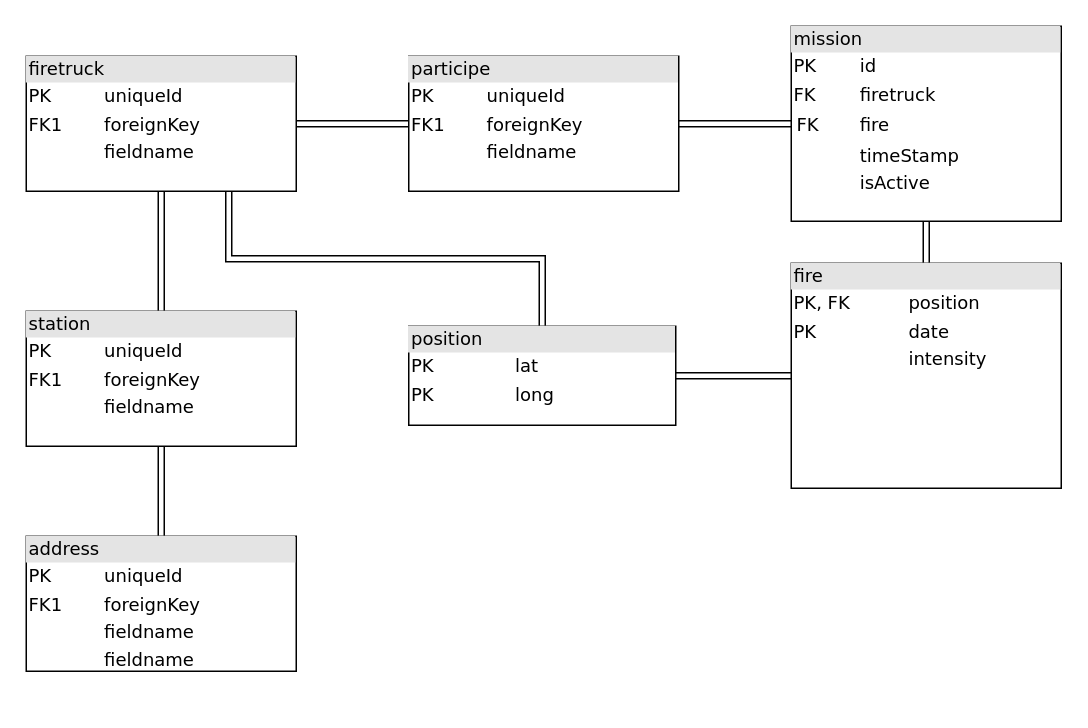
Earlier version of the draw.io diagram docs/diagrams/diagramme_merise.drawio (saya-rbt/firecloud-monitor). Source tidied: cells renumbered, new cells numbered last; positions are measured from the earlier drawing's top-left corner, leaving out a move shared by most shapes. Both pictures are drawn from the tidied source at 150%, with x=0, y=0 at pixel (26, 26).
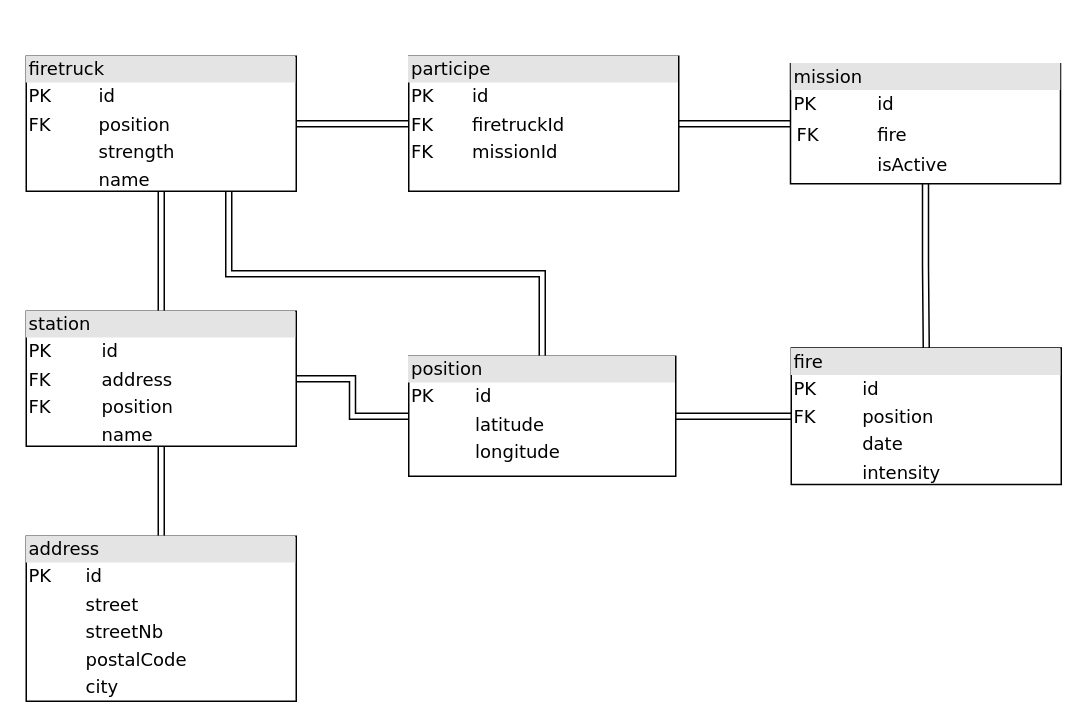
The same page after the edit.

Commit message (it also covers changes not shown here):
Add new document for Database and sequence diagram (createNewFire)

What changed in the source:
```diff
@@
 <mxGraphModel background="#ffffff">
   <root>
     <mxCell id="0" />
     <mxCell id="1" parent="0" />
     <mxCell id="2" style="edgeStyle=orthogonalEdgeStyle;shape=link;rounded=0;jettySize=auto;html=1;exitX=0.5;exitY=1;exitDx=0;exitDy=0;entryX=0.5;entryY=0;entryDx=0;entryDy=0;endArrow=none;endFill=0;" parent="1" edge="1" source="4" target="9">
       <mxGeometry relative="1" as="geometry" />
     </mxCell>
     <mxCell id="3" style="edgeStyle=orthogonalEdgeStyle;shape=link;rounded=0;jettySize=auto;html=1;exitX=1;exitY=0.5;exitDx=0;exitDy=0;entryX=0;entryY=0.5;entryDx=0;entryDy=0;endArrow=none;endFill=0;" parent="1" edge="1" source="4" target="15">
       <mxGeometry relative="1" as="geometry" />
     </mxCell>
-    <mxCell id="4" value="&lt;div style=&quot;box-sizing: border-box ; width: 100% ; background: #e4e4e4 ; padding: 2px&quot;&gt;firetruck&lt;br&gt;&lt;/div&gt;&lt;table style=&quot;width: 100% ; font-size: 1em&quot; cellspacing=&quot;0&quot; cellpadding=&quot;2&quot;&gt;&lt;tbody&gt;&lt;tr&gt;&lt;td&gt;PK&lt;/td&gt;&lt;td&gt;uniqueId&lt;/td&gt;&lt;/tr&gt;&lt;tr&gt;&lt;td&gt;FK1&lt;/td&gt;&lt;td&gt;foreignKey&lt;/td&gt;&lt;/tr&gt;&lt;tr&gt;&lt;td&gt;&lt;br&gt;&lt;/td&gt;&lt;td&gt;fieldname&lt;/td&gt;&lt;/tr&gt;&lt;/tbody&gt;&lt;/table&gt;" style="verticalAlign=top;align=left;overflow=fill;html=1;rounded=0;shadow=0;comic=0;labelBackgroundColor=none;strokeWidth=1;fontFamily=Verdana;fontSize=12;" parent="1" vertex="1">
+    <mxCell id="4" value="&lt;div style=&quot;box-sizing: border-box ; width: 100% ; background: #e4e4e4 ; padding: 2px&quot;&gt;firetruck&lt;br&gt;&lt;/div&gt;&lt;table style=&quot;width: 100% ; font-size: 1em&quot; cellspacing=&quot;0&quot; cellpadding=&quot;2&quot;&gt;&lt;tbody&gt;&lt;tr&gt;&lt;td&gt;PK&lt;/td&gt;&lt;td&gt;id&lt;/td&gt;&lt;/tr&gt;&lt;tr&gt;&lt;td&gt;FK&lt;/td&gt;&lt;td&gt;position&lt;/td&gt;&lt;/tr&gt;&lt;tr&gt;&lt;td&gt;&lt;br&gt;&lt;/td&gt;&lt;td&gt;strength&lt;/td&gt;&lt;/tr&gt;&lt;tr&gt;&lt;td&gt;&lt;br&gt;&lt;/td&gt;&lt;td&gt;name&lt;/td&gt;&lt;/tr&gt;&lt;/tbody&gt;&lt;/table&gt;" style="verticalAlign=top;align=left;overflow=fill;html=1;rounded=0;shadow=0;comic=0;labelBackgroundColor=none;strokeWidth=1;fontFamily=Verdana;fontSize=12;" parent="1" vertex="1">
       <mxGeometry y="20" width="180" height="90" as="geometry" />
     </mxCell>
     <mxCell id="5" style="edgeStyle=orthogonalEdgeStyle;shape=link;rounded=0;jettySize=auto;html=1;exitX=0.5;exitY=1;exitDx=0;exitDy=0;entryX=0.5;entryY=0;entryDx=0;entryDy=0;endArrow=none;endFill=0;" parent="1" edge="1" source="6" target="10">
       <mxGeometry relative="1" as="geometry" />
     </mxCell>
-    <mxCell id="6" value="&lt;div style=&quot;box-sizing: border-box ; width: 100% ; background: #e4e4e4 ; padding: 2px&quot;&gt;mission&lt;br&gt;&lt;/div&gt;&lt;table style=&quot;width: 100% ; font-size: 1em&quot; cellspacing=&quot;0&quot; cellpadding=&quot;2&quot;&gt;&lt;tbody&gt;&lt;tr&gt;&lt;td&gt;PK&lt;/td&gt;&lt;td&gt;id&lt;/td&gt;&lt;/tr&gt;&lt;tr&gt;&lt;td&gt;FK&lt;/td&gt;&lt;td&gt;firetruck&amp;nbsp;&amp;nbsp; &lt;br&gt;&lt;/td&gt;&lt;/tr&gt;&lt;tr&gt;&lt;td&gt;&lt;table cellspacing=&quot;0&quot; cellpadding=&quot;2&quot;&gt;&lt;tbody&gt;&lt;tr&gt;&lt;td&gt;FK&lt;/td&gt;&lt;/tr&gt;&lt;/tbody&gt;&lt;/table&gt;&lt;/td&gt;&lt;td&gt;fire&lt;/td&gt;&lt;/tr&gt;&lt;tr&gt;&lt;td&gt;&lt;br&gt;&lt;/td&gt;&lt;td&gt;timeStamp&lt;br&gt;&lt;/td&gt;&lt;/tr&gt;&lt;tr&gt;&lt;td&gt;&lt;br&gt;&lt;/td&gt;&lt;td&gt;isActive&lt;br&gt;&lt;/td&gt;&lt;/tr&gt;&lt;/tbody&gt;&lt;/table&gt;" style="verticalAlign=top;align=left;overflow=fill;html=1;rounded=0;shadow=0;comic=0;labelBackgroundColor=none;strokeWidth=1;fontFamily=Verdana;fontSize=12;" parent="1" vertex="1">
-      <mxGeometry x="510" width="180" height="130" as="geometry" />
+    <mxCell id="6" value="&lt;div style=&quot;box-sizing: border-box ; width: 100% ; background: #e4e4e4 ; padding: 2px&quot;&gt;mission&lt;br&gt;&lt;/div&gt;&lt;table style=&quot;width: 100% ; font-size: 1em&quot; cellspacing=&quot;0&quot; cellpadding=&quot;2&quot;&gt;&lt;tbody&gt;&lt;tr&gt;&lt;td&gt;PK&lt;/td&gt;&lt;td&gt;id&lt;/td&gt;&lt;/tr&gt;&lt;tr&gt;&lt;td&gt;&lt;table cellspacing=&quot;0&quot; cellpadding=&quot;2&quot;&gt;&lt;tbody&gt;&lt;tr&gt;&lt;td&gt;FK&lt;/td&gt;&lt;/tr&gt;&lt;/tbody&gt;&lt;/table&gt;&lt;/td&gt;&lt;td&gt;fire&lt;/td&gt;&lt;/tr&gt;&lt;tr&gt;&lt;td&gt;&lt;br&gt;&lt;/td&gt;&lt;td&gt;isActive&lt;br&gt;&lt;/td&gt;&lt;/tr&gt;&lt;/tbody&gt;&lt;/table&gt;" style="verticalAlign=top;align=left;overflow=fill;html=1;rounded=0;shadow=0;comic=0;labelBackgroundColor=none;strokeWidth=1;fontFamily=Verdana;fontSize=12;" parent="1" vertex="1">
+      <mxGeometry x="509.5" y="25" width="180" height="80" as="geometry" />
     </mxCell>
     <mxCell id="7" style="edgeStyle=orthogonalEdgeStyle;shape=link;rounded=0;jettySize=auto;html=1;exitX=0.5;exitY=0;exitDx=0;exitDy=0;entryX=0.5;entryY=1;entryDx=0;entryDy=0;endArrow=none;endFill=0;" parent="1" edge="1" source="8" target="9">
       <mxGeometry relative="1" as="geometry" />
     </mxCell>
-    <mxCell id="8" value="&lt;div style=&quot;box-sizing: border-box ; width: 100% ; background: #e4e4e4 ; padding: 2px&quot;&gt;address&lt;br&gt;&lt;/div&gt;&lt;table style=&quot;width: 100% ; font-size: 1em&quot; cellspacing=&quot;0&quot; cellpadding=&quot;2&quot;&gt;&lt;tbody&gt;&lt;tr&gt;&lt;td&gt;PK&lt;/td&gt;&lt;td&gt;uniqueId&lt;/td&gt;&lt;/tr&gt;&lt;tr&gt;&lt;td&gt;FK1&lt;/td&gt;&lt;td&gt;foreignKey&lt;/td&gt;&lt;/tr&gt;&lt;tr&gt;&lt;td&gt;&lt;br&gt;&lt;/td&gt;&lt;td&gt;fieldname&lt;/td&gt;&lt;/tr&gt;&lt;tr&gt;&lt;td&gt;&lt;br&gt;&lt;/td&gt;&lt;td&gt;fieldname&lt;br&gt;&lt;/td&gt;&lt;/tr&gt;&lt;/tbody&gt;&lt;/table&gt;" style="verticalAlign=top;align=left;overflow=fill;html=1;rounded=0;shadow=0;comic=0;labelBackgroundColor=none;strokeWidth=1;fontFamily=Verdana;fontSize=12;" parent="1" vertex="1">
-      <mxGeometry y="340" width="180" height="90" as="geometry" />
+    <mxCell id="8" value="&lt;div style=&quot;box-sizing: border-box ; width: 100% ; background: #e4e4e4 ; padding: 2px&quot;&gt;address&lt;br&gt;&lt;/div&gt;&lt;table style=&quot;width: 100% ; font-size: 1em&quot; cellspacing=&quot;0&quot; cellpadding=&quot;2&quot;&gt;&lt;tbody&gt;&lt;tr&gt;&lt;td&gt;PK&lt;/td&gt;&lt;td&gt;id&lt;/td&gt;&lt;/tr&gt;&lt;tr&gt;&lt;td&gt;&lt;br&gt;&lt;/td&gt;&lt;td&gt;street&lt;/td&gt;&lt;/tr&gt;&lt;tr&gt;&lt;td&gt;&lt;br&gt;&lt;/td&gt;&lt;td&gt;streetNb&lt;/td&gt;&lt;/tr&gt;&lt;tr&gt;&lt;td&gt;&lt;br&gt;&lt;/td&gt;&lt;td&gt;postalCode&lt;br&gt;&lt;/td&gt;&lt;/tr&gt;&lt;tr&gt;&lt;td&gt;&lt;br&gt;&lt;/td&gt;&lt;td&gt;city&lt;/td&gt;&lt;/tr&gt;&lt;/tbody&gt;&lt;/table&gt;" style="verticalAlign=top;align=left;overflow=fill;html=1;rounded=0;shadow=0;comic=0;labelBackgroundColor=none;strokeWidth=1;fontFamily=Verdana;fontSize=12;" parent="1" vertex="1">
+      <mxGeometry y="340" width="180" height="110" as="geometry" />
     </mxCell>
+    <mxCell id="16" style="edgeStyle=orthogonalEdgeStyle;rounded=0;jettySize=auto;html=1;exitX=1;exitY=0.5;exitDx=0;exitDy=0;entryX=0;entryY=0.5;entryDx=0;entryDy=0;shape=link;" parent="1" edge="1" source="9" target="13">
+      <mxGeometry relative="1" as="geometry" />
+    </mxCell>
-    <mxCell id="9" value="&lt;div style=&quot;box-sizing: border-box ; width: 100% ; background: #e4e4e4 ; padding: 2px&quot;&gt;station&lt;/div&gt;&lt;table style=&quot;width: 100% ; font-size: 1em&quot; cellspacing=&quot;0&quot; cellpadding=&quot;2&quot;&gt;&lt;tbody&gt;&lt;tr&gt;&lt;td&gt;PK&lt;/td&gt;&lt;td&gt;uniqueId&lt;/td&gt;&lt;/tr&gt;&lt;tr&gt;&lt;td&gt;FK1&lt;/td&gt;&lt;td&gt;foreignKey&lt;/td&gt;&lt;/tr&gt;&lt;tr&gt;&lt;td&gt;&lt;br&gt;&lt;/td&gt;&lt;td&gt;fieldname&lt;/td&gt;&lt;/tr&gt;&lt;/tbody&gt;&lt;/table&gt;" style="verticalAlign=top;align=left;overflow=fill;html=1;rounded=0;shadow=0;comic=0;labelBackgroundColor=none;strokeWidth=1;fontFamily=Verdana;fontSize=12;" parent="1" vertex="1">
+    <mxCell id="9" value="&lt;div style=&quot;box-sizing: border-box ; width: 100% ; background: #e4e4e4 ; padding: 2px&quot;&gt;station&lt;/div&gt;&lt;table style=&quot;width: 100% ; font-size: 1em&quot; cellspacing=&quot;0&quot; cellpadding=&quot;2&quot;&gt;&lt;tbody&gt;&lt;tr&gt;&lt;td&gt;PK&lt;/td&gt;&lt;td&gt;id&lt;/td&gt;&lt;/tr&gt;&lt;tr&gt;&lt;td&gt;FK&lt;/td&gt;&lt;td&gt;address&lt;/td&gt;&lt;/tr&gt;&lt;tr&gt;&lt;td&gt;FK&lt;/td&gt;&lt;td&gt;position&lt;/td&gt;&lt;/tr&gt;&lt;tr&gt;&lt;td&gt;&lt;br&gt;&lt;/td&gt;&lt;td&gt;name&lt;/td&gt;&lt;/tr&gt;&lt;/tbody&gt;&lt;/table&gt;" style="verticalAlign=top;align=left;overflow=fill;html=1;rounded=0;shadow=0;comic=0;labelBackgroundColor=none;strokeWidth=1;fontFamily=Verdana;fontSize=12;" parent="1" vertex="1">
       <mxGeometry y="190" width="180" height="90" as="geometry" />
     </mxCell>
-    <mxCell id="10" value="&lt;div style=&quot;box-sizing: border-box ; width: 100% ; background: #e4e4e4 ; padding: 2px&quot;&gt;fire&lt;/div&gt;&lt;table style=&quot;width: 100% ; font-size: 1em&quot; cellspacing=&quot;0&quot; cellpadding=&quot;2&quot;&gt;&lt;tbody&gt;&lt;tr&gt;&lt;td&gt;PK, FK&lt;br&gt;&lt;/td&gt;&lt;td&gt;position&lt;br&gt;&lt;/td&gt;&lt;/tr&gt;&lt;tr&gt;&lt;td&gt;PK&lt;/td&gt;&lt;td&gt;date&lt;br&gt;&lt;/td&gt;&lt;/tr&gt;&lt;tr&gt;&lt;td&gt;&lt;br&gt;&lt;/td&gt;&lt;td&gt;intensity&lt;/td&gt;&lt;/tr&gt;&lt;/tbody&gt;&lt;/table&gt;" style="verticalAlign=top;align=left;overflow=fill;html=1;rounded=0;shadow=0;comic=0;labelBackgroundColor=none;strokeWidth=1;fontFamily=Verdana;fontSize=12;" parent="1" vertex="1">
-      <mxGeometry x="510" y="158" width="180" height="150" as="geometry" />
+    <mxCell id="10" value="&lt;div style=&quot;box-sizing: border-box ; width: 100% ; background: #e4e4e4 ; padding: 2px&quot;&gt;fire&lt;/div&gt;&lt;table style=&quot;width: 100% ; font-size: 1em&quot; cellspacing=&quot;0&quot; cellpadding=&quot;2&quot;&gt;&lt;tbody&gt;&lt;tr&gt;&lt;td&gt;PK&lt;/td&gt;&lt;td&gt;id&lt;/td&gt;&lt;/tr&gt;&lt;tr&gt;&lt;td&gt;FK&lt;br&gt;&lt;/td&gt;&lt;td&gt;position&lt;br&gt;&lt;/td&gt;&lt;/tr&gt;&lt;tr&gt;&lt;td&gt;&lt;br&gt;&lt;/td&gt;&lt;td&gt;date&lt;br&gt;&lt;/td&gt;&lt;/tr&gt;&lt;tr&gt;&lt;td&gt;&lt;br&gt;&lt;/td&gt;&lt;td&gt;intensity&lt;/td&gt;&lt;/tr&gt;&lt;/tbody&gt;&lt;/table&gt;" style="verticalAlign=top;align=left;overflow=fill;html=1;rounded=0;shadow=0;comic=0;labelBackgroundColor=none;strokeWidth=1;fontFamily=Verdana;fontSize=12;" parent="1" vertex="1">
+      <mxGeometry x="510" y="214.5" width="180" height="91" as="geometry" />
     </mxCell>
     <mxCell id="11" style="edgeStyle=orthogonalEdgeStyle;shape=link;rounded=0;jettySize=auto;html=1;exitX=0.5;exitY=0;exitDx=0;exitDy=0;entryX=0.75;entryY=1;entryDx=0;entryDy=0;endArrow=none;endFill=0;" parent="1" edge="1" source="13" target="4">
       <mxGeometry relative="1" as="geometry" />
     </mxCell>
     <mxCell id="12" style="edgeStyle=orthogonalEdgeStyle;shape=link;rounded=0;jettySize=auto;html=1;exitX=1;exitY=0.5;exitDx=0;exitDy=0;entryX=0;entryY=0.5;entryDx=0;entryDy=0;endArrow=none;endFill=0;" parent="1" edge="1" source="13" target="10">
       <mxGeometry relative="1" as="geometry" />
     </mxCell>
-    <mxCell id="13" value="&lt;div style=&quot;box-sizing: border-box ; width: 100% ; background: #e4e4e4 ; padding: 2px&quot;&gt;position&lt;/div&gt;&lt;table style=&quot;width: 100% ; font-size: 1em&quot; cellspacing=&quot;0&quot; cellpadding=&quot;2&quot;&gt;&lt;tbody&gt;&lt;tr&gt;&lt;td&gt;PK&lt;br&gt;&lt;/td&gt;&lt;td&gt;lat&lt;/td&gt;&lt;/tr&gt;&lt;tr&gt;&lt;td&gt;PK&lt;br&gt;&lt;/td&gt;&lt;td&gt;long&lt;/td&gt;&lt;/tr&gt;&lt;/tbody&gt;&lt;/table&gt;" style="verticalAlign=top;align=left;overflow=fill;html=1;rounded=0;shadow=0;comic=0;labelBackgroundColor=none;strokeWidth=1;fontFamily=Verdana;fontSize=12;" parent="1" vertex="1">
-      <mxGeometry x="255" y="200" width="178" height="66" as="geometry" />
+    <mxCell id="13" value="&lt;div style=&quot;box-sizing: border-box ; width: 100% ; background: #e4e4e4 ; padding: 2px&quot;&gt;position&lt;/div&gt;&lt;table style=&quot;width: 100% ; font-size: 1em&quot; cellspacing=&quot;0&quot; cellpadding=&quot;2&quot;&gt;&lt;tbody&gt;&lt;tr&gt;&lt;td&gt;PK&lt;br&gt;&lt;/td&gt;&lt;td&gt;id&lt;/td&gt;&lt;/tr&gt;&lt;tr&gt;&lt;td&gt;&lt;br&gt;&lt;/td&gt;&lt;td&gt;latitude&lt;/td&gt;&lt;/tr&gt;&lt;tr&gt;&lt;td&gt;&lt;br&gt;&lt;/td&gt;&lt;td&gt;longitude&lt;/td&gt;&lt;/tr&gt;&lt;/tbody&gt;&lt;/table&gt;" style="verticalAlign=top;align=left;overflow=fill;html=1;rounded=0;shadow=0;comic=0;labelBackgroundColor=none;strokeWidth=1;fontFamily=Verdana;fontSize=12;" parent="1" vertex="1">
+      <mxGeometry x="255" y="220" width="178" height="80" as="geometry" />
     </mxCell>
     <mxCell id="14" style="edgeStyle=orthogonalEdgeStyle;shape=link;rounded=0;jettySize=auto;html=1;exitX=1;exitY=0.5;exitDx=0;exitDy=0;entryX=0;entryY=0.5;entryDx=0;entryDy=0;endArrow=none;endFill=0;" parent="1" edge="1" source="15" target="6">
       <mxGeometry relative="1" as="geometry" />
     </mxCell>
-    <mxCell id="15" value="&lt;div style=&quot;box-sizing: border-box ; width: 100% ; background: #e4e4e4 ; padding: 2px&quot;&gt;participe&lt;br&gt;&lt;/div&gt;&lt;table style=&quot;width: 100% ; font-size: 1em&quot; cellspacing=&quot;0&quot; cellpadding=&quot;2&quot;&gt;&lt;tbody&gt;&lt;tr&gt;&lt;td&gt;PK&lt;/td&gt;&lt;td&gt;uniqueId&lt;/td&gt;&lt;/tr&gt;&lt;tr&gt;&lt;td&gt;FK1&lt;/td&gt;&lt;td&gt;foreignKey&lt;/td&gt;&lt;/tr&gt;&lt;tr&gt;&lt;td&gt;&lt;br&gt;&lt;/td&gt;&lt;td&gt;fieldname&lt;/td&gt;&lt;/tr&gt;&lt;/tbody&gt;&lt;/table&gt;" style="verticalAlign=top;align=left;overflow=fill;html=1;rounded=0;shadow=0;comic=0;labelBackgroundColor=none;strokeWidth=1;fontFamily=Verdana;fontSize=12;" parent="1" vertex="1">
+    <mxCell id="15" value="&lt;div style=&quot;box-sizing: border-box ; width: 100% ; background: #e4e4e4 ; padding: 2px&quot;&gt;participe&lt;br&gt;&lt;/div&gt;&lt;table style=&quot;width: 100% ; font-size: 1em&quot; cellspacing=&quot;0&quot; cellpadding=&quot;2&quot;&gt;&lt;tbody&gt;&lt;tr&gt;&lt;td&gt;PK&lt;/td&gt;&lt;td&gt;id&lt;/td&gt;&lt;/tr&gt;&lt;tr&gt;&lt;td&gt;FK&lt;/td&gt;&lt;td&gt;firetruckId&lt;/td&gt;&lt;/tr&gt;&lt;tr&gt;&lt;td&gt;FK&lt;/td&gt;&lt;td&gt;missionId&lt;/td&gt;&lt;/tr&gt;&lt;/tbody&gt;&lt;/table&gt;" style="verticalAlign=top;align=left;overflow=fill;html=1;rounded=0;shadow=0;comic=0;labelBackgroundColor=none;strokeWidth=1;fontFamily=Verdana;fontSize=12;" parent="1" vertex="1">
       <mxGeometry x="255" y="20" width="180" height="90" as="geometry" />
     </mxCell>
   </root>
 </mxGraphModel>
```
